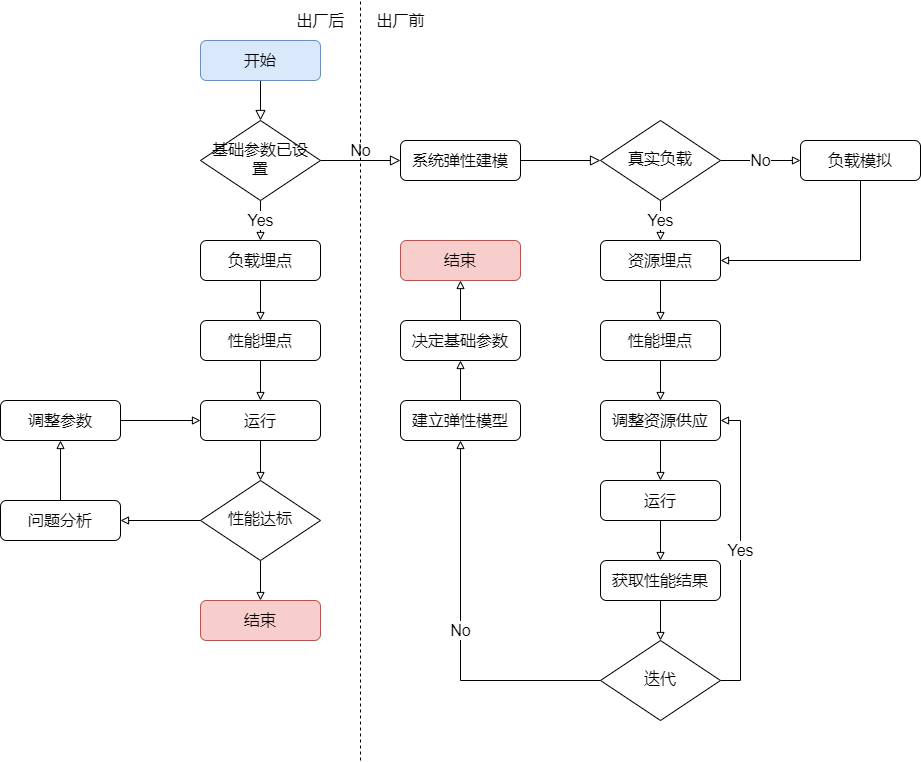
Before: tuning.png, a diagram exported from draw.io (craftsfish/design). Source tidied: cells renumbered, new cells last; positions are measured from the earlier drawing's top-left corner, leaving out a move shared by most shapes. The source it was exported from:
```xml
<mxGraphModel>
  <root>
    <mxCell id="0" />
    <mxCell id="1" parent="0" />
    <mxCell id="2" style="rounded=0;html=1;jettySize=auto;fontSize=11;endArrow=block;endFill=0;endSize=8;strokeWidth=1;shadow=0;labelBackgroundColor=none;edgeStyle=orthogonalEdgeStyle;" parent="1" edge="1" source="3" target="6">
      <mxGeometry relative="1" as="geometry" />
    </mxCell>
    <mxCell id="3" value="开始" style="rounded=1;whiteSpace=wrap;html=1;fontSize=16;glass=0;strokeWidth=1;shadow=0;fillColor=#dae8fc;strokeColor=#6c8ebf;" parent="1" vertex="1">
      <mxGeometry x="200" y="40" width="120" height="40" as="geometry" />
    </mxCell>
    <mxCell id="4" value="No" style="edgeStyle=orthogonalEdgeStyle;rounded=0;html=1;jettySize=auto;fontSize=16;endArrow=block;endFill=0;endSize=8;strokeWidth=1;shadow=0;labelBackgroundColor=none;" parent="1" edge="1" source="6" target="7">
      <mxGeometry y="10" relative="1" as="geometry" />
    </mxCell>
    <mxCell id="5" value="Yes" style="edgeStyle=orthogonalEdgeStyle;rounded=0;jettySize=auto;html=1;exitX=0.5;exitY=1;exitDx=0;exitDy=0;entryX=0.5;entryY=0;entryDx=0;entryDy=0;endArrow=block;endFill=0;fontSize=16;" parent="1" edge="1" source="6" target="28">
      <mxGeometry relative="1" as="geometry" />
    </mxCell>
    <mxCell id="6" value="基础参数已设置" style="rhombus;whiteSpace=wrap;html=1;shadow=0;fontFamily=Helvetica;fontSize=16;align=center;strokeWidth=1;spacing=6;spacingTop=-4;" parent="1" vertex="1">
      <mxGeometry x="200" y="120" width="120" height="80" as="geometry" />
    </mxCell>
    <mxCell id="7" value="系统弹性建模" style="rounded=1;whiteSpace=wrap;html=1;fontSize=16;glass=0;strokeWidth=1;shadow=0;" parent="1" vertex="1">
      <mxGeometry x="400" y="140" width="120" height="40" as="geometry" />
    </mxCell>
    <mxCell id="8" value="No" style="edgeStyle=orthogonalEdgeStyle;rounded=0;jettySize=auto;html=1;exitX=1;exitY=0.5;exitDx=0;exitDy=0;entryX=0;entryY=0.5;entryDx=0;entryDy=0;fontSize=16;endArrow=block;endFill=0;" parent="1" edge="1" source="10" target="19">
      <mxGeometry relative="1" as="geometry" />
    </mxCell>
    <mxCell id="9" value="Yes" style="edgeStyle=orthogonalEdgeStyle;rounded=0;jettySize=auto;html=1;exitX=0.5;exitY=1;exitDx=0;exitDy=0;entryX=0.5;entryY=0;entryDx=0;entryDy=0;endArrow=block;endFill=0;fontSize=16;" parent="1" edge="1" source="10" target="38">
      <mxGeometry relative="1" as="geometry" />
    </mxCell>
    <mxCell id="10" value="真实负载" style="rhombus;whiteSpace=wrap;html=1;shadow=0;fontFamily=Helvetica;fontSize=16;align=center;strokeWidth=1;spacing=6;spacingTop=-4;" parent="1" vertex="1">
      <mxGeometry x="600" y="120" width="120" height="80" as="geometry" />
    </mxCell>
    <mxCell id="11" style="rounded=0;html=1;jettySize=auto;fontSize=11;endArrow=block;endFill=0;endSize=8;strokeWidth=1;shadow=0;labelBackgroundColor=none;edgeStyle=orthogonalEdgeStyle;entryX=0;entryY=0.5;entryDx=0;entryDy=0;exitX=1;exitY=0.5;exitDx=0;exitDy=0;" parent="1" edge="1" source="7" target="10">
      <mxGeometry relative="1" as="geometry" />
    </mxCell>
    <mxCell id="12" style="edgeStyle=orthogonalEdgeStyle;rounded=0;jettySize=auto;html=1;exitX=0.5;exitY=1;exitDx=0;exitDy=0;entryX=0.5;entryY=0;entryDx=0;entryDy=0;endArrow=block;endFill=0;fontSize=16;" parent="1" edge="1" source="13" target="17">
      <mxGeometry relative="1" as="geometry" />
    </mxCell>
    <mxCell id="13" value="调整资源供应" style="rounded=1;whiteSpace=wrap;html=1;fontSize=16;glass=0;strokeWidth=1;shadow=0;" parent="1" vertex="1">
      <mxGeometry x="600" y="400" width="120" height="40" as="geometry" />
    </mxCell>
    <mxCell id="14" style="edgeStyle=orthogonalEdgeStyle;rounded=0;jettySize=auto;html=1;exitX=0.5;exitY=1;exitDx=0;exitDy=0;entryX=0.5;entryY=0;entryDx=0;entryDy=0;endArrow=block;endFill=0;fontSize=16;" parent="1" edge="1" source="15" target="22">
      <mxGeometry relative="1" as="geometry" />
    </mxCell>
    <mxCell id="15" value="获取性能结果" style="rounded=1;whiteSpace=wrap;html=1;fontSize=16;glass=0;strokeWidth=1;shadow=0;" parent="1" vertex="1">
      <mxGeometry x="600" y="560" width="120" height="40" as="geometry" />
    </mxCell>
    <mxCell id="16" style="edgeStyle=orthogonalEdgeStyle;rounded=0;jettySize=auto;html=1;exitX=0.5;exitY=1;exitDx=0;exitDy=0;entryX=0.5;entryY=0;entryDx=0;entryDy=0;endArrow=block;endFill=0;fontSize=16;" parent="1" edge="1" source="17" target="15">
      <mxGeometry relative="1" as="geometry" />
    </mxCell>
    <mxCell id="17" value="运行" style="rounded=1;whiteSpace=wrap;html=1;fontSize=16;glass=0;strokeWidth=1;shadow=0;" parent="1" vertex="1">
      <mxGeometry x="600" y="480" width="120" height="40" as="geometry" />
    </mxCell>
    <mxCell id="18" style="edgeStyle=orthogonalEdgeStyle;rounded=0;jettySize=auto;html=1;exitX=0.5;exitY=1;exitDx=0;exitDy=0;entryX=1;entryY=0.5;entryDx=0;entryDy=0;endArrow=block;endFill=0;fontSize=16;" parent="1" edge="1" source="19" target="38">
      <mxGeometry relative="1" as="geometry" />
    </mxCell>
    <mxCell id="19" value="负载模拟" style="rounded=1;whiteSpace=wrap;html=1;fontSize=16;glass=0;strokeWidth=1;shadow=0;" parent="1" vertex="1">
      <mxGeometry x="800" y="140" width="120" height="40" as="geometry" />
    </mxCell>
    <mxCell id="20" value="Yes" style="edgeStyle=orthogonalEdgeStyle;rounded=0;jettySize=auto;html=1;exitX=1;exitY=0.5;exitDx=0;exitDy=0;entryX=1;entryY=0.5;entryDx=0;entryDy=0;endArrow=block;endFill=0;fontSize=16;" parent="1" edge="1" source="22" target="13">
      <mxGeometry relative="1" as="geometry" />
    </mxCell>
    <mxCell id="21" value="No" style="edgeStyle=orthogonalEdgeStyle;rounded=0;jettySize=auto;html=1;exitX=0;exitY=0.5;exitDx=0;exitDy=0;entryX=0.5;entryY=1;entryDx=0;entryDy=0;endArrow=block;endFill=0;fontSize=16;" parent="1" edge="1" source="22" target="24">
      <mxGeometry relative="1" as="geometry" />
    </mxCell>
    <mxCell id="22" value="迭代" style="rhombus;whiteSpace=wrap;html=1;shadow=0;fontFamily=Helvetica;fontSize=16;align=center;strokeWidth=1;spacing=6;spacingTop=-4;" parent="1" vertex="1">
      <mxGeometry x="600" y="640" width="120" height="80" as="geometry" />
    </mxCell>
    <mxCell id="23" style="edgeStyle=orthogonalEdgeStyle;rounded=0;jettySize=auto;html=1;exitX=0.5;exitY=0;exitDx=0;exitDy=0;entryX=0.5;entryY=1;entryDx=0;entryDy=0;endArrow=block;endFill=0;fontSize=16;" parent="1" edge="1" source="24" target="26">
      <mxGeometry relative="1" as="geometry" />
    </mxCell>
    <mxCell id="24" value="建立弹性模型" style="rounded=1;whiteSpace=wrap;html=1;fontSize=16;glass=0;strokeWidth=1;shadow=0;" parent="1" vertex="1">
      <mxGeometry x="400" y="400" width="120" height="40" as="geometry" />
    </mxCell>
    <mxCell id="25" style="edgeStyle=orthogonalEdgeStyle;rounded=0;jettySize=auto;html=1;exitX=0.5;exitY=0;exitDx=0;exitDy=0;entryX=0.5;entryY=1;entryDx=0;entryDy=0;endArrow=block;endFill=0;fontSize=16;" parent="1" edge="1" source="26" target="39">
      <mxGeometry relative="1" as="geometry" />
    </mxCell>
    <mxCell id="26" value="决定基础参数" style="rounded=1;whiteSpace=wrap;html=1;fontSize=16;glass=0;strokeWidth=1;shadow=0;" parent="1" vertex="1">
      <mxGeometry x="400" y="320" width="120" height="40" as="geometry" />
    </mxCell>
    <mxCell id="27" style="edgeStyle=orthogonalEdgeStyle;rounded=0;jettySize=auto;html=1;exitX=0.5;exitY=1;exitDx=0;exitDy=0;entryX=0.5;entryY=0;entryDx=0;entryDy=0;endArrow=block;endFill=0;fontSize=16;" parent="1" edge="1" source="28" target="30">
      <mxGeometry relative="1" as="geometry" />
    </mxCell>
    <mxCell id="28" value="负载埋点" style="rounded=1;whiteSpace=wrap;html=1;fontSize=16;glass=0;strokeWidth=1;shadow=0;" parent="1" vertex="1">
      <mxGeometry x="200" y="240" width="120" height="40" as="geometry" />
    </mxCell>
    <mxCell id="29" style="edgeStyle=orthogonalEdgeStyle;rounded=0;jettySize=auto;html=1;exitX=0.5;exitY=1;exitDx=0;exitDy=0;entryX=0.5;entryY=0;entryDx=0;entryDy=0;endArrow=block;endFill=0;fontSize=16;" parent="1" edge="1" source="30" target="36">
      <mxGeometry relative="1" as="geometry" />
    </mxCell>
    <mxCell id="30" value="性能埋点" style="rounded=1;whiteSpace=wrap;html=1;fontSize=16;glass=0;strokeWidth=1;shadow=0;" parent="1" vertex="1">
      <mxGeometry x="200" y="320" width="120" height="40" as="geometry" />
    </mxCell>
    <mxCell id="31" style="edgeStyle=orthogonalEdgeStyle;rounded=0;jettySize=auto;html=1;exitX=1;exitY=0.5;exitDx=0;exitDy=0;entryX=0;entryY=0.5;entryDx=0;entryDy=0;endArrow=block;endFill=0;fontSize=16;" parent="1" edge="1" source="32" target="36">
      <mxGeometry relative="1" as="geometry" />
    </mxCell>
    <mxCell id="32" value="调整参数" style="rounded=1;whiteSpace=wrap;html=1;fontSize=16;glass=0;strokeWidth=1;shadow=0;" parent="1" vertex="1">
      <mxGeometry y="400" width="120" height="40" as="geometry" />
    </mxCell>
    <mxCell id="33" style="edgeStyle=orthogonalEdgeStyle;rounded=0;jettySize=auto;html=1;exitX=0.5;exitY=0;exitDx=0;exitDy=0;entryX=0.5;entryY=1;entryDx=0;entryDy=0;endArrow=block;endFill=0;fontSize=16;" parent="1" edge="1" source="34" target="32">
      <mxGeometry relative="1" as="geometry" />
    </mxCell>
    <mxCell id="34" value="问题分析" style="rounded=1;whiteSpace=wrap;html=1;fontSize=16;glass=0;strokeWidth=1;shadow=0;" parent="1" vertex="1">
      <mxGeometry y="500" width="120" height="40" as="geometry" />
    </mxCell>
    <mxCell id="35" style="edgeStyle=orthogonalEdgeStyle;rounded=0;jettySize=auto;html=1;exitX=0.5;exitY=1;exitDx=0;exitDy=0;entryX=0.5;entryY=0;entryDx=0;entryDy=0;endArrow=block;endFill=0;fontSize=16;" parent="1" edge="1" source="36" target="43">
      <mxGeometry relative="1" as="geometry" />
    </mxCell>
    <mxCell id="36" value="运行" style="rounded=1;whiteSpace=wrap;html=1;fontSize=16;glass=0;strokeWidth=1;shadow=0;" parent="1" vertex="1">
      <mxGeometry x="200" y="400" width="120" height="40" as="geometry" />
    </mxCell>
    <mxCell id="37" style="edgeStyle=orthogonalEdgeStyle;rounded=0;jettySize=auto;html=1;exitX=0.5;exitY=1;exitDx=0;exitDy=0;entryX=0.5;entryY=0;entryDx=0;entryDy=0;endArrow=block;endFill=0;fontSize=16;" parent="1" edge="1" source="38" target="45">
      <mxGeometry relative="1" as="geometry" />
    </mxCell>
    <mxCell id="38" value="资源埋点" style="rounded=1;whiteSpace=wrap;html=1;fontSize=16;glass=0;strokeWidth=1;shadow=0;" parent="1" vertex="1">
      <mxGeometry x="600" y="240" width="120" height="40" as="geometry" />
    </mxCell>
    <mxCell id="39" value="结束" style="rounded=1;whiteSpace=wrap;html=1;fontSize=16;glass=0;strokeWidth=1;shadow=0;fillColor=#f8cecc;strokeColor=#b85450;" parent="1" vertex="1">
      <mxGeometry x="400" y="240" width="120" height="40" as="geometry" />
    </mxCell>
    <mxCell id="40" value="结束" style="rounded=1;whiteSpace=wrap;html=1;fontSize=16;glass=0;strokeWidth=1;shadow=0;fillColor=#f8cecc;strokeColor=#b85450;" parent="1" vertex="1">
      <mxGeometry x="200" y="600" width="120" height="40" as="geometry" />
    </mxCell>
    <mxCell id="41" style="edgeStyle=orthogonalEdgeStyle;rounded=0;jettySize=auto;html=1;exitX=0.5;exitY=1;exitDx=0;exitDy=0;entryX=0.5;entryY=0;entryDx=0;entryDy=0;endArrow=block;endFill=0;fontSize=16;" parent="1" edge="1" source="43" target="40">
      <mxGeometry relative="1" as="geometry" />
    </mxCell>
    <mxCell id="42" style="edgeStyle=orthogonalEdgeStyle;rounded=0;jettySize=auto;html=1;exitX=0;exitY=0.5;exitDx=0;exitDy=0;endArrow=block;endFill=0;fontSize=16;" parent="1" edge="1" source="43" target="34">
      <mxGeometry relative="1" as="geometry" />
    </mxCell>
    <mxCell id="43" value="性能达标" style="rhombus;whiteSpace=wrap;html=1;shadow=0;fontFamily=Helvetica;fontSize=16;align=center;strokeWidth=1;spacing=6;spacingTop=-4;" parent="1" vertex="1">
      <mxGeometry x="200" y="480" width="120" height="80" as="geometry" />
    </mxCell>
    <mxCell id="44" style="edgeStyle=orthogonalEdgeStyle;rounded=0;jettySize=auto;html=1;exitX=0.5;exitY=1;exitDx=0;exitDy=0;entryX=0.5;entryY=0;entryDx=0;entryDy=0;endArrow=block;endFill=0;fontSize=16;" parent="1" edge="1" source="45" target="13">
      <mxGeometry relative="1" as="geometry" />
    </mxCell>
    <mxCell id="45" value="性能埋点" style="rounded=1;whiteSpace=wrap;html=1;fontSize=16;glass=0;strokeWidth=1;shadow=0;" parent="1" vertex="1">
      <mxGeometry x="600" y="320" width="120" height="40" as="geometry" />
    </mxCell>
    <mxCell id="46" style="endArrow=none;dashed=1;html=1;fontSize=16;" parent="1" edge="1">
      <mxGeometry relative="1" as="geometry">
        <mxPoint x="360" y="760" as="sourcePoint" />
        <mxPoint x="360" as="targetPoint" />
      </mxGeometry>
    </mxCell>
    <mxCell id="47" value="出厂前" style="text;html=1;align=center;verticalAlign=middle;fontSize=16;" parent="1" vertex="1">
      <mxGeometry x="370" y="10" width="60" height="20" as="geometry" />
    </mxCell>
    <mxCell id="48" value="出厂后" style="text;html=1;align=center;verticalAlign=middle;fontSize=16;" parent="1" vertex="1">
      <mxGeometry x="290" y="10" width="60" height="20" as="geometry" />
    </mxCell>
  </root>
</mxGraphModel>
```
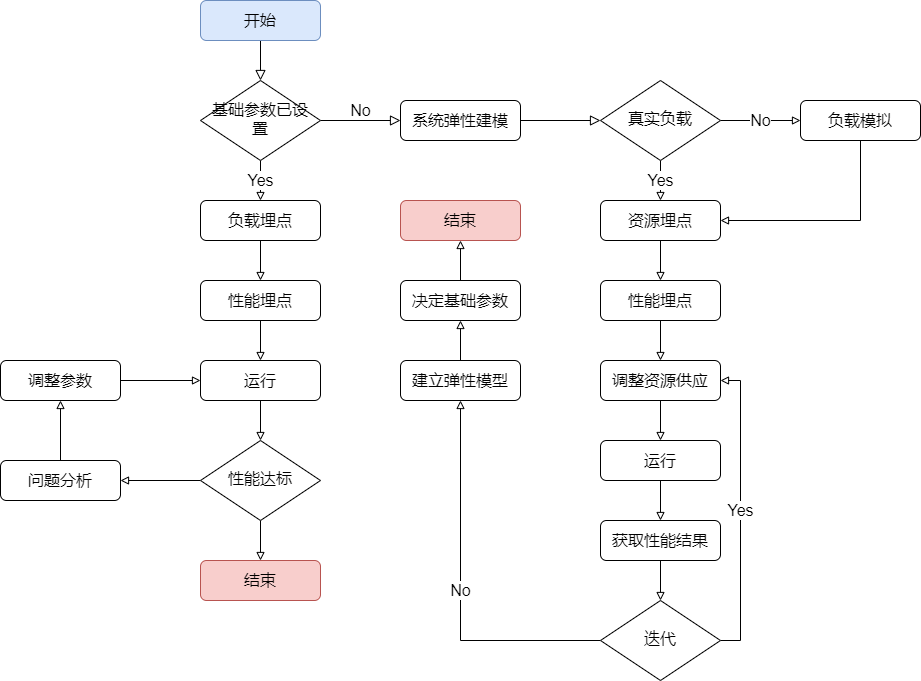
The same diagram one commit later.

The edit, as a diff of the source:
```diff
@@ -134,17 +134,5 @@
     <mxCell id="45" value="性能埋点" style="rounded=1;whiteSpace=wrap;html=1;fontSize=16;glass=0;strokeWidth=1;shadow=0;" parent="1" vertex="1">
       <mxGeometry x="600" y="320" width="120" height="40" as="geometry" />
     </mxCell>
-    <mxCell id="46" style="endArrow=none;dashed=1;html=1;fontSize=16;" parent="1" edge="1">
-      <mxGeometry relative="1" as="geometry">
-        <mxPoint x="360" y="760" as="sourcePoint" />
-        <mxPoint x="360" as="targetPoint" />
-      </mxGeometry>
-    </mxCell>
-    <mxCell id="47" value="出厂前" style="text;html=1;align=center;verticalAlign=middle;fontSize=16;" parent="1" vertex="1">
-      <mxGeometry x="370" y="10" width="60" height="20" as="geometry" />
-    </mxCell>
-    <mxCell id="48" value="出厂后" style="text;html=1;align=center;verticalAlign=middle;fontSize=16;" parent="1" vertex="1">
-      <mxGeometry x="290" y="10" width="60" height="20" as="geometry" />
-    </mxCell>
   </root>
 </mxGraphModel>
```
